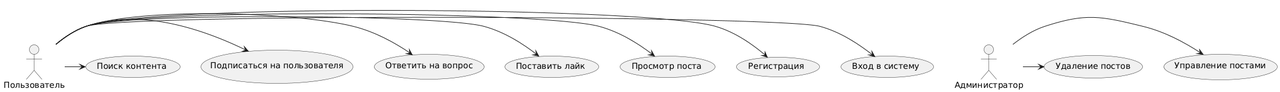
goriiin/5sem keeps this PlantUML diagram as momentum/docs/uml_diagrams/use_case_diagram.png. Above is the earlier version.
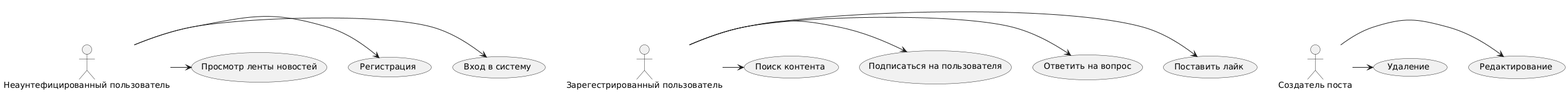
The same file after the commit.

What changed in the source:
```diff
@@ -1,15 +1,17 @@
 @startuml
-actor "Пользователь" as User
-actor "Администратор" as Admin
+actor "Неаунтефицированный пользователь" as noAuthUser
+actor "Зарегестрированный пользователь" as AuthUser
+actor "Создатель поста" as Creator
 
-User -> (Вход в систему)
-User -> (Регистрация)
-User -> (Просмотр поста)
-User -> (Поставить лайк)
-User -> (Ответить на вопрос)
-User -> (Подписаться на пользователя)
-User -> (Поиск контента)
+noAuthUser -> (Вход в систему)
+noAuthUser -> (Регистрация)
+noAuthUser  -> (Просмотр ленты новостей)
 
-Admin -> (Управление постами)
-Admin -> (Удаление постов)
+AuthUser  -> (Поставить лайк)
+AuthUser  -> (Ответить на вопрос)
+AuthUser -> (Подписаться на пользователя)
+AuthUser  -> (Поиск контента)
+
+Creator -> (Редактирование)
+Creator-> (Удаление)
 @enduml
```
